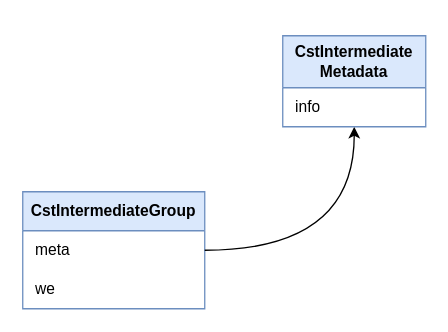
lhwdev/llang keeps this draw.io diagram as llang.drawio. Above is the earlier version. Source tidied: cells renumbered, new cells numbered last; positions are measured from the earlier drawing's top-left corner, leaving out a move shared by most shapes. Both pictures are drawn from the tidied source at 130%, with x=0, y=0 at pixel (22, 35).
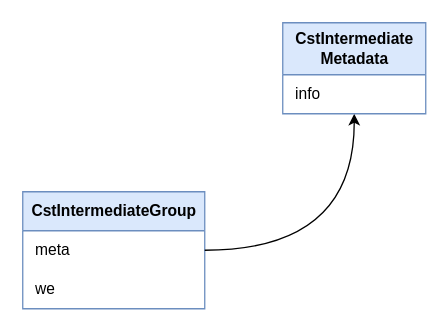
After the change.

What changed in the source:
```diff
@@
 <mxGraphModel>
   <root>
     <mxCell id="0" />
     <mxCell id="1" parent="0" />
-    <mxCell id="2" value="&lt;b&gt;CstIntermediateGroup&lt;/b&gt;" style="swimlane;fontStyle=0;horizontal=1;startSize=30;whiteSpace=wrap;html=1;rounded=0;arcSize=26;fillColor=#dae8fc;strokeColor=#6c8ebf;glass=0;" parent="1" vertex="1">
+    <mxCell id="2" value="&lt;b&gt;CstIntermediateGroup&lt;/b&gt;" style="swimlane;horizontal=1;startSize=30;html=1;arcSize=26;fillColor=#dae8fc;strokeColor=#6c8ebf;" parent="1" vertex="1">
       <mxGeometry y="120" width="140" height="90" as="geometry" />
     </mxCell>
     <mxCell id="3" value="meta" style="text;strokeColor=none;fillColor=none;align=left;verticalAlign=middle;spacingLeft=4;spacingRight=4;overflow=hidden;points=[[0,0.5],[1,0.5]];portConstraint=eastwest;whiteSpace=wrap;html=1;spacingTop=0;spacing=6;" parent="2" vertex="1">
       <mxGeometry y="30" width="140" height="30" as="geometry" />
     </mxCell>
     <mxCell id="4" value="we" style="text;strokeColor=none;fillColor=none;align=left;verticalAlign=middle;spacingLeft=4;spacingRight=4;overflow=hidden;whiteSpace=wrap;html=1;spacingTop=0;spacing=6;" parent="2" vertex="1">
       <mxGeometry y="60" width="140" height="30" as="geometry" />
     </mxCell>
-    <mxCell id="5" style="edgeStyle=orthogonalEdgeStyle;rounded=0;jettySize=auto;html=1;curved=1;" parent="1" edge="1" source="3" target="6">
+    <mxCell id="5" style="edgeStyle=orthogonalEdgeStyle;jettySize=auto;curved=1;" parent="1" edge="1" source="3" target="6">
       <mxGeometry relative="1" as="geometry" />
     </mxCell>
-    <mxCell id="6" value="&lt;b&gt;CstIntermediate&lt;/b&gt;&lt;div&gt;&lt;b&gt;Metadata&lt;/b&gt;&lt;/div&gt;" style="swimlane;fontStyle=0;horizontal=1;startSize=40;whiteSpace=wrap;html=1;rounded=0;arcSize=26;fillColor=#dae8fc;strokeColor=#6c8ebf;" parent="1" vertex="1">
-      <mxGeometry x="200" width="110" height="70" as="geometry" />
+    <mxCell id="6" value="&lt;b&gt;CstIntermediate&lt;/b&gt;&lt;div&gt;&lt;b&gt;Metadata&lt;/b&gt;&lt;/div&gt;" style="swimlane;horizontal=1;startSize=40;html=1;arcSize=26;fillColor=#dae8fc;strokeColor=#6c8ebf;" parent="1" vertex="1">
+      <mxGeometry x="200" y="-10" width="110" height="70" as="geometry" />
     </mxCell>
     <mxCell id="7" value="info" style="text;strokeColor=none;fillColor=none;align=left;verticalAlign=middle;spacingLeft=4;spacingRight=4;overflow=hidden;whiteSpace=wrap;html=1;spacingTop=0;spacing=6;" parent="6" vertex="1">
       <mxGeometry y="40" width="110" height="30" as="geometry" />
     </mxCell>
   </root>
 </mxGraphModel>
```
